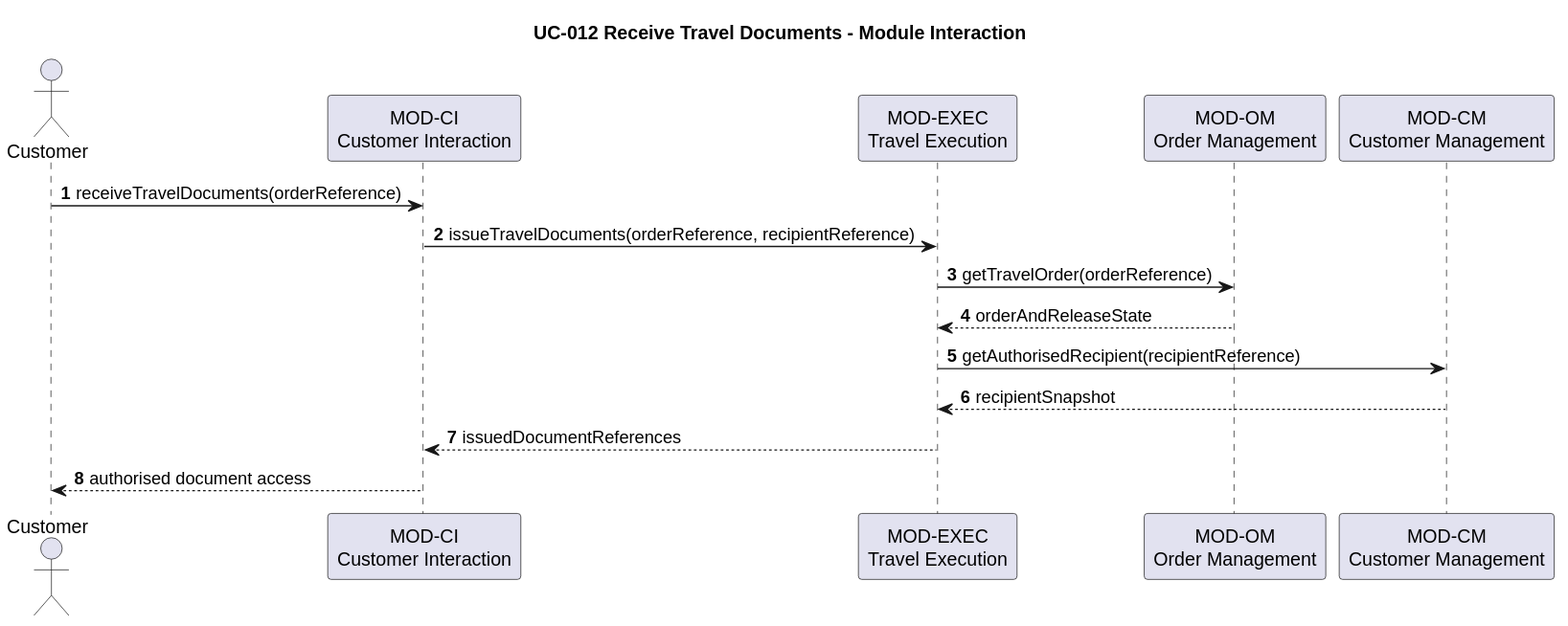
Earlier version of the PlantUML export docs/architecture/software-architecture/uc-012-receive-travel-documents.svg (hochschule-darmstadt/a3se_app).
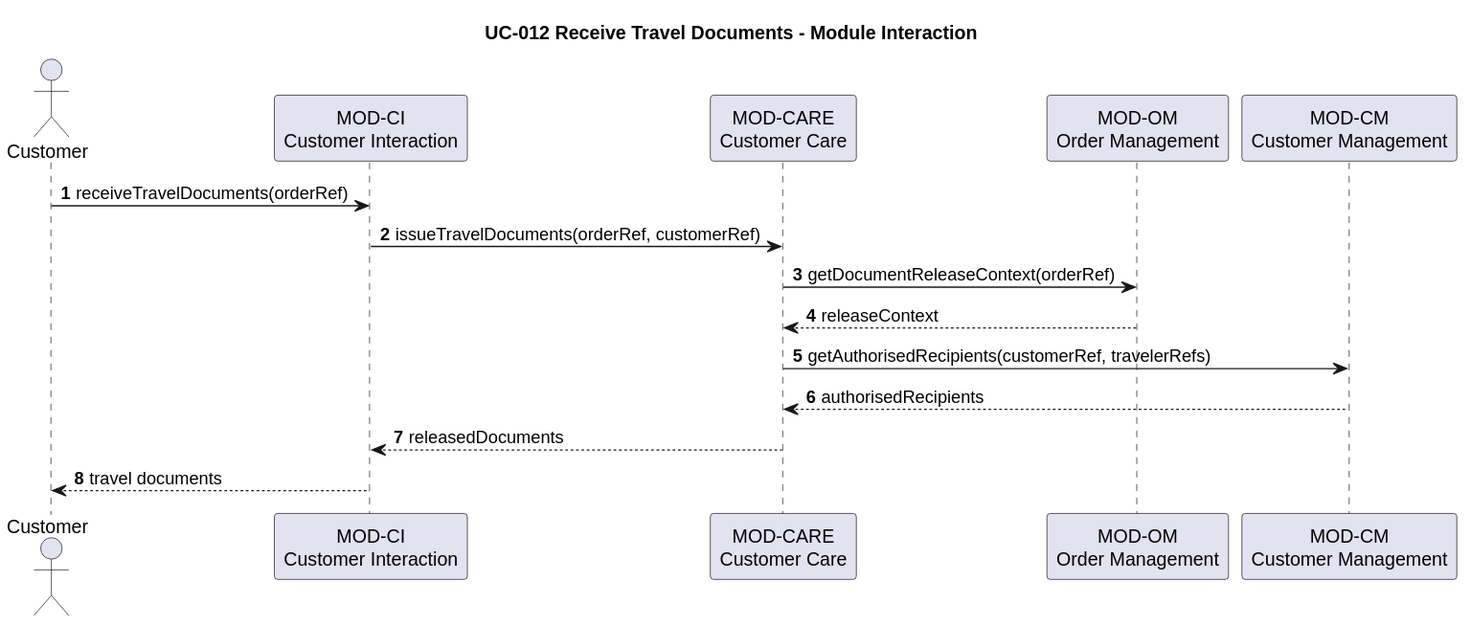
Above is the later version.

What changed in the source:
```diff
@@ -3,16 +3,16 @@
 autonumber
 actor Customer
 participant "MOD-CI\nCustomer Interaction" as CI
-participant "MOD-EXEC\nTravel Execution" as EXEC
+participant "MOD-CARE\nCustomer Care" as CARE
 participant "MOD-OM\nOrder Management" as OM
 participant "MOD-CM\nCustomer Management" as CM
 
-Customer -> CI: receiveTravelDocuments(orderReference)
-CI -> EXEC: issueTravelDocuments(orderReference, recipientReference)
-EXEC -> OM: getTravelOrder(orderReference)
-OM --> EXEC: orderAndReleaseState
-EXEC -> CM: getAuthorisedRecipient(recipientReference)
-CM --> EXEC: recipientSnapshot
-EXEC --> CI: issuedDocumentReferences
-CI --> Customer: authorised document access
+Customer -> CI: receiveTravelDocuments(orderRef)
+CI -> CARE: issueTravelDocuments(orderRef, customerRef)
+CARE -> OM: getDocumentReleaseContext(orderRef)
+OM --> CARE: releaseContext
+CARE -> CM: getAuthorisedRecipients(customerRef, travelerRefs)
+CM --> CARE: authorisedRecipients
+CARE --> CI: releasedDocuments
+CI --> Customer: travel documents
 @enduml
```
